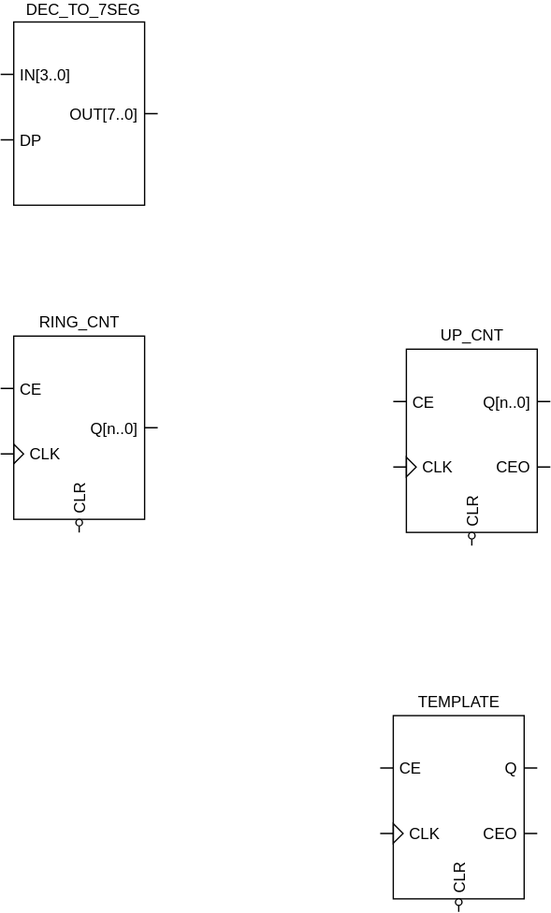
The draw.io diagram countdown-timer-rtl.drawio.svg in domikal792/amsuc_proj, before a commit. Source tidied: cells renumbered, new cells last; positions are measured from the earlier drawing's top-left corner, leaving out a move shared by most shapes.
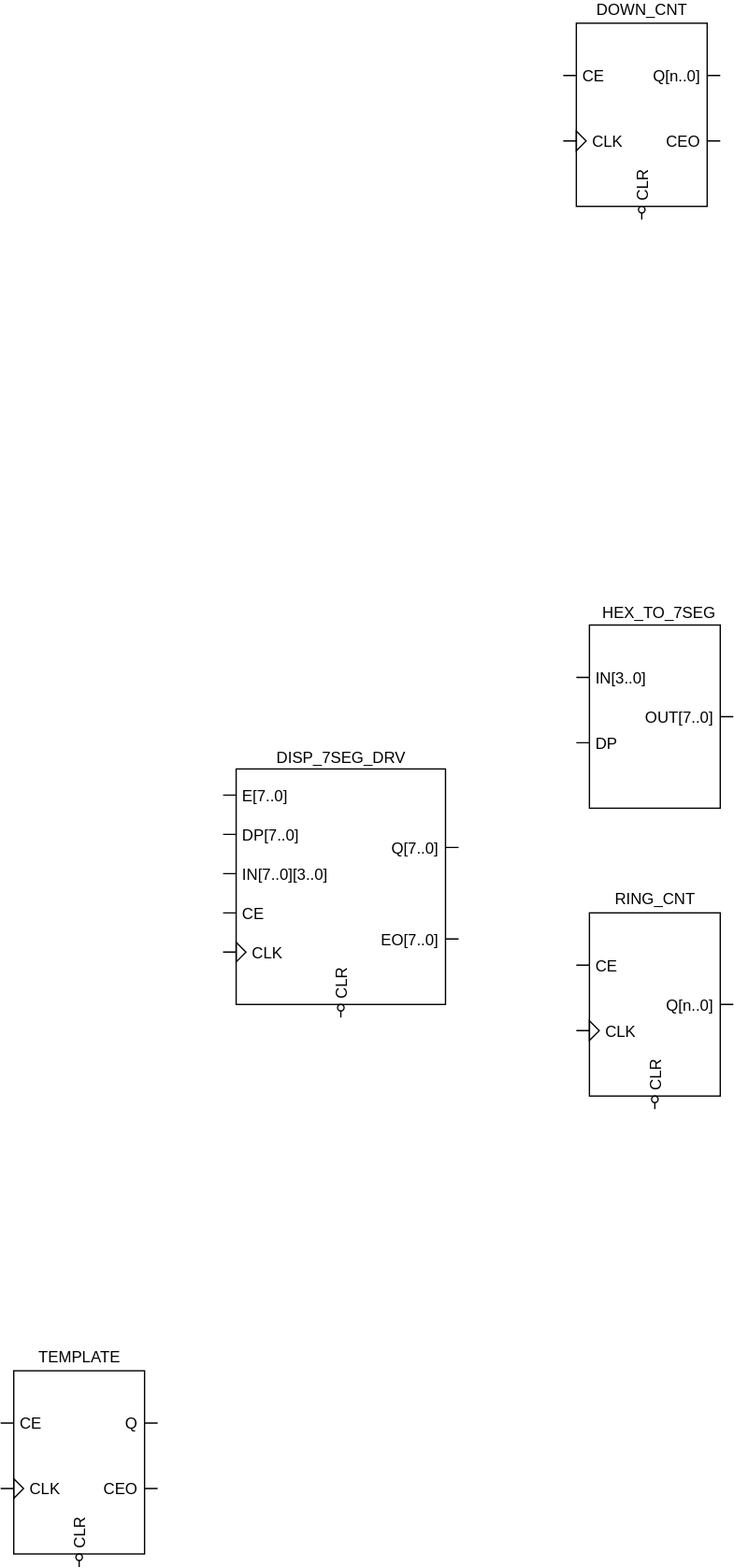
The same file after the commit.

Diff of the diagram source:
```diff
@@ -2,25 +2,30 @@
   <root>
     <mxCell id="0" />
     <mxCell id="1" parent="0" />
-    <mxCell id="2" value="UP_CNT" style="shadow=0;dashed=0;align=center;html=1;strokeWidth=1;shape=mxgraph.rtl.abstract.entity;kind=sequential;drawPins=1;left=2;right=2;bottom=1;top=0;leftArr=CE,CLK:clk;rightArr=Q[n..0],CEO;rightRot=180;bottomArr=CLR:not;movableLabel=1;" parent="1" vertex="1">
-      <mxGeometry x="300" y="250" width="120" height="160" as="geometry">
+    <mxCell id="2" value="DOWN_CNT" style="shadow=0;dashed=0;align=center;html=1;strokeWidth=1;shape=mxgraph.rtl.abstract.entity;kind=sequential;drawPins=1;left=2;right=2;bottom=1;top=0;leftArr=CE,CLK:clk;rightArr=Q[n..0],CEO;rightRot=180;bottomArr=CLR:not;movableLabel=1;" parent="1" vertex="1">
+      <mxGeometry x="380" y="-130" width="120" height="160" as="geometry">
         <mxPoint y="-80" as="offset" />
       </mxGeometry>
     </mxCell>
     <mxCell id="3" value="RING_CNT" style="shadow=0;dashed=0;align=center;html=1;strokeWidth=1;shape=mxgraph.rtl.abstract.entity;kind=sequential;drawPins=1;left=2;right=1;bottom=1;top=0;leftArr=CE,CLK:clk;rightArr=Q[n..0];rightRot=180;bottomArr=CLR:not;movableLabel=1;" parent="1" vertex="1">
-      <mxGeometry y="240" width="120" height="160" as="geometry">
+      <mxGeometry x="390" y="550" width="120" height="160" as="geometry">
         <mxPoint y="-80" as="offset" />
       </mxGeometry>
     </mxCell>
     <mxCell id="4" value="TEMPLATE" style="shadow=0;dashed=0;align=center;html=1;strokeWidth=1;shape=mxgraph.rtl.abstract.entity;kind=sequential;drawPins=1;left=2;right=2;bottom=1;top=0;leftArr=CE,CLK:clk;rightArr=Q,CEO;rightRot=180;bottomArr=CLR:not;movableLabel=1;" parent="1" vertex="1">
-      <mxGeometry x="290" y="530" width="120" height="160" as="geometry">
+      <mxGeometry x="-50" y="900" width="120" height="160" as="geometry">
         <mxPoint y="-80" as="offset" />
       </mxGeometry>
     </mxCell>
-    <mxCell id="5" value="DEC_TO_7SEG" style="shadow=0;dashed=0;align=center;html=1;strokeWidth=1;shape=mxgraph.rtl.abstract.entity;kind=sequential;drawPins=1;left=2;right=1;bottom=0;top=0;leftArr=IN[3..0],DP;rightArr=OUT[7..0];movableLabel=1;" parent="1" vertex="1">
-      <mxGeometry width="120" height="160" as="geometry">
+    <mxCell id="5" value="HEX_TO_7SEG" style="shadow=0;dashed=0;align=center;html=1;strokeWidth=1;shape=mxgraph.rtl.abstract.entity;kind=sequential;drawPins=1;left=2;right=1;bottom=0;top=0;leftArr=IN[3..0],DP;rightArr=OUT[7..0];movableLabel=1;" parent="1" vertex="1">
+      <mxGeometry x="390" y="330" width="120" height="160" as="geometry">
         <mxPoint x="3" y="-79" as="offset" />
       </mxGeometry>
     </mxCell>
+    <mxCell id="6" value="DISP_7SEG_DRV" style="shadow=0;dashed=0;align=center;html=1;strokeWidth=1;shape=mxgraph.rtl.abstract.entity;kind=sequential;drawPins=1;left=5;right=2;bottom=1;top=0;leftArr=E[7..0],DP[7..0],IN[7..0][3..0],CE,CLK:clk;rightArr=Q[7..0],EO[7..0];rightRot=180;bottomArr=CLR:not;movableLabel=1;" parent="1" vertex="1">
+      <mxGeometry x="120" y="440" width="180" height="200" as="geometry">
+        <mxPoint y="-98" as="offset" />
+      </mxGeometry>
+    </mxCell>
   </root>
 </mxGraphModel>
```
